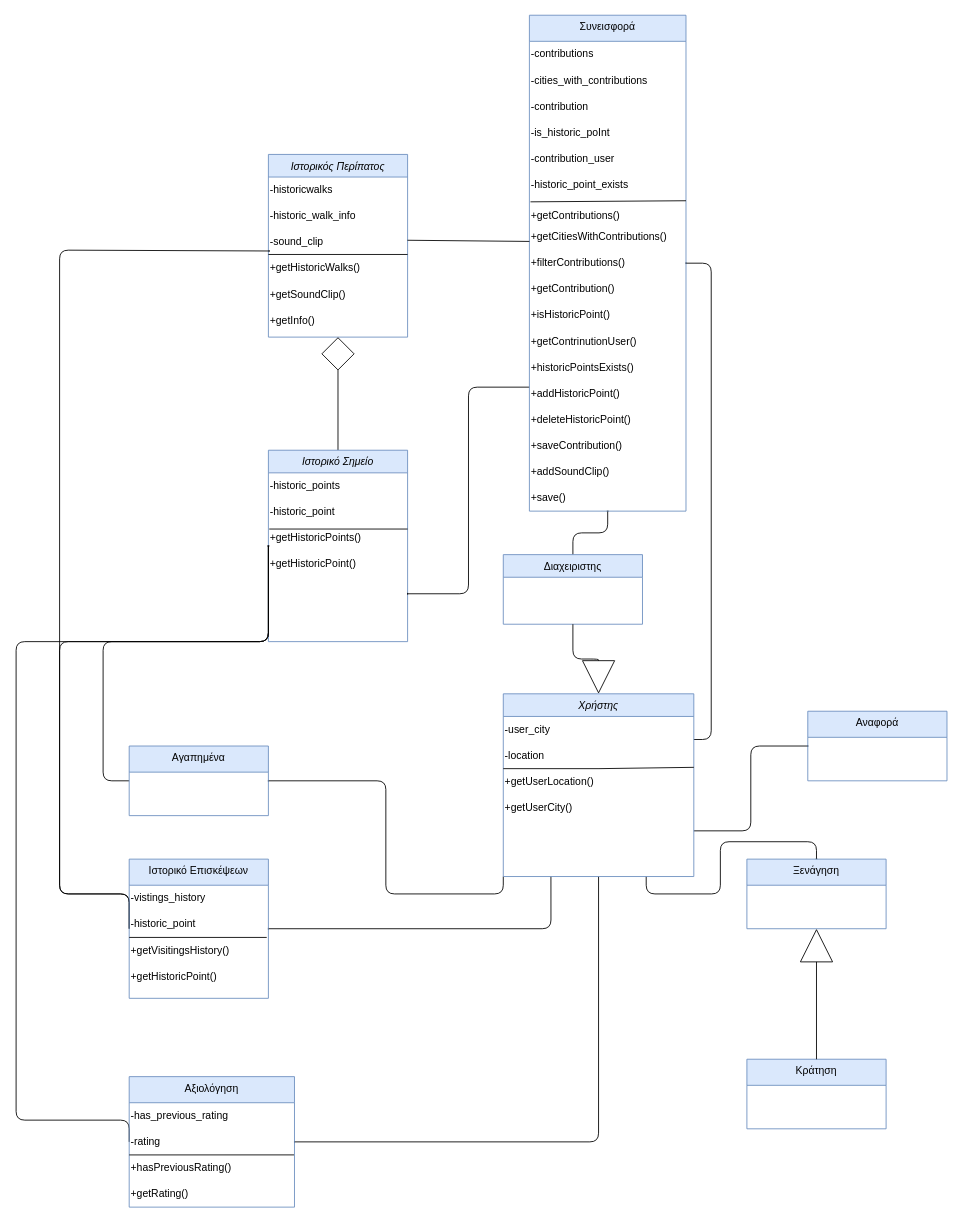
The draw.io diagram NOTES/Domain Model.drawio in Nektar24/software-engineering, before the edit. Source tidied: cells renumbered, new cells numbered last; positions are measured from the earlier drawing's top-left corner, leaving out a move shared by most shapes. Both pictures are drawn from the tidied source at 87%, with x=0, y=0 at pixel (16, 15).
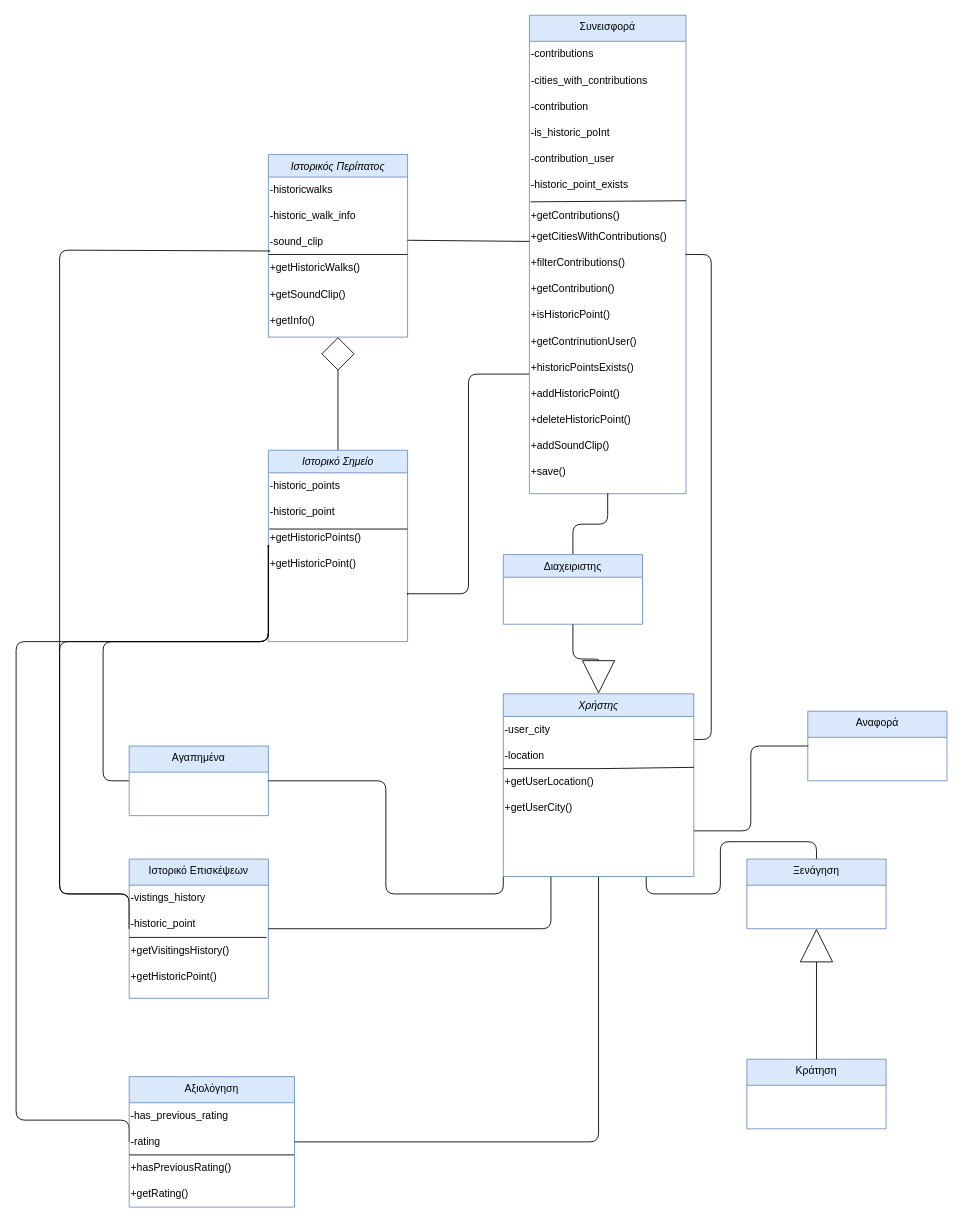
The same page after the edit.

Commit message:
domain model use case 2, 3 ok

Diff of the diagram source:
```diff
@@
     <mxCell id="33" value="Συνεισφορά" style="swimlane;fontStyle=0;align=center;verticalAlign=top;horizontal=1;startSize=30;rounded=0;shadow=0;strokeWidth=1;fillColor=#dae8fc;strokeColor=#6c8ebf;" parent="1" vertex="1">
-      <mxGeometry x="590" width="180" height="570" as="geometry" />
+      <mxGeometry x="590" width="180" height="550" as="geometry" />
     </mxCell>
@@
-    <mxCell id="50" value="+saveContribution()" style="text;html=1;align=left;verticalAlign=middle;strokeColor=none;fillColor=none;" parent="33" vertex="1">
-      <mxGeometry y="480" width="180" height="30" as="geometry" />
-    </mxCell>
     <mxCell id="51" value="+addSoundClip()" style="text;html=1;align=left;verticalAlign=middle;strokeColor=none;fillColor=none;" parent="33" vertex="1">
-      <mxGeometry y="510" width="180" height="30" as="geometry" />
+      <mxGeometry y="480" width="180" height="30" as="geometry" />
     </mxCell>
     <mxCell id="52" value="+save()" style="text;html=1;align=left;verticalAlign=middle;strokeColor=none;fillColor=none;" parent="33" vertex="1">
-      <mxGeometry y="540" width="180" height="30" as="geometry" />
+      <mxGeometry y="510" width="180" height="30" as="geometry" />
     </mxCell>
```
